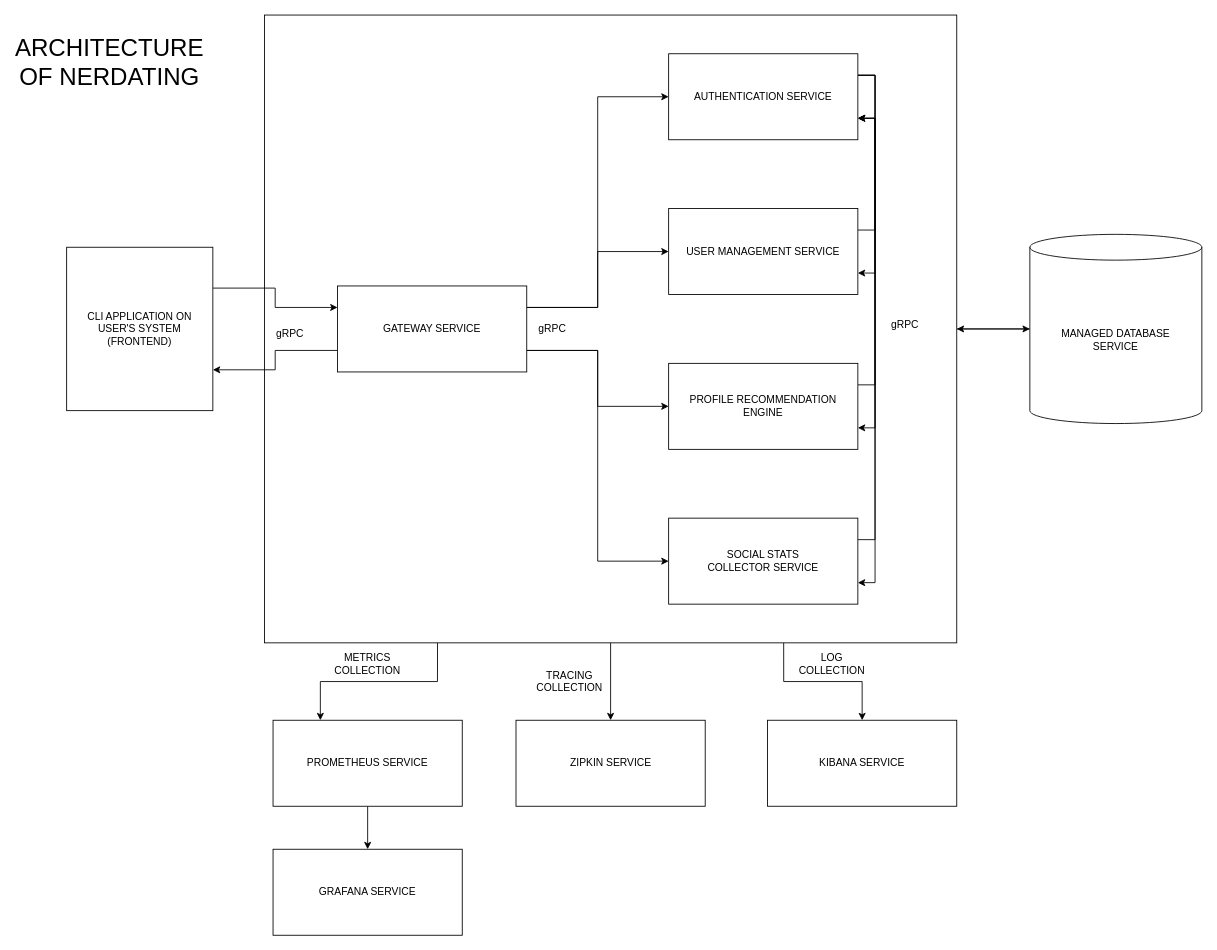
This is design/NerdDatingArchitecture.drawio from panthercorp/nerdate, a draw.io file, before an edit. Source tidied: cells renumbered, new cells numbered last; positions are measured from the earlier drawing's top-left corner, leaving out a move shared by most shapes. Both pictures are drawn from the tidied source at 86%, with x=0, y=0 at pixel (15, 15).
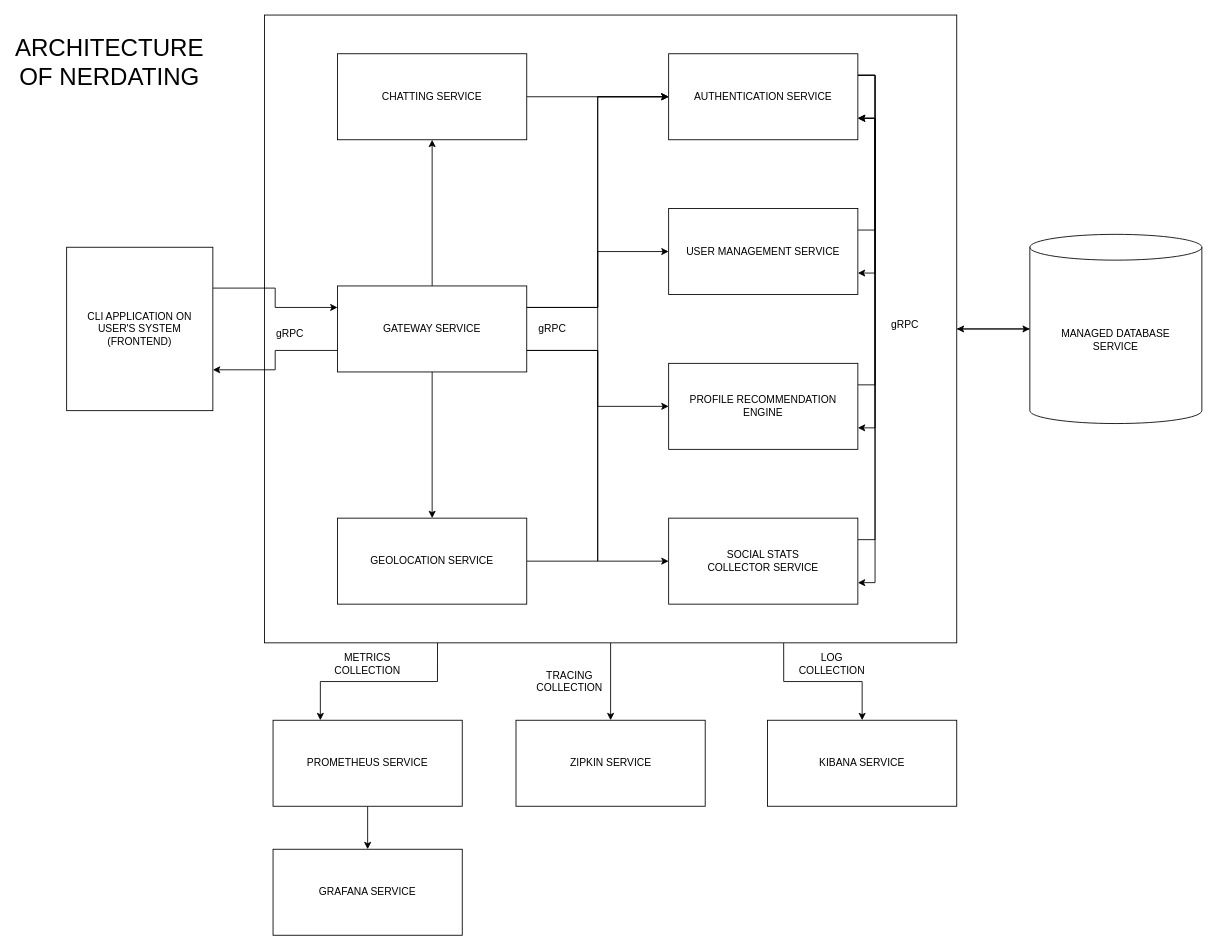
The same diagram, later.

The change refers to these unchanged cells:
```xml
<mxCell id="13" value="AUTHENTICATION SERVICE" style="rounded=0;whiteSpace=wrap;html=1;" parent="1" vertex="1">
  <mxGeometry x="760" y="45" width="220" height="100" as="geometry" />
</mxCell>
<mxCell id="25" value="GATEWAY SERVICE" style="rounded=0;whiteSpace=wrap;html=1;" parent="1" vertex="1">
  <mxGeometry x="375" y="315" width="220" height="100" as="geometry" />
</mxCell>
```

Diff of the diagram source:
```diff
@@
+    <mxCell id="39" style="edgeStyle=orthogonalEdgeStyle;rounded=0;jettySize=auto;html=1;exitX=0.5;exitY=0;exitDx=0;exitDy=0;entryX=0.5;entryY=1;entryDx=0;entryDy=0;fontSize=12;" parent="1" edge="1" source="25" target="42">
+      <mxGeometry relative="1" as="geometry" />
+    </mxCell>
+    <mxCell id="40" style="edgeStyle=orthogonalEdgeStyle;rounded=0;jettySize=auto;html=1;entryX=0.5;entryY=0;entryDx=0;entryDy=0;fontSize=12;" parent="1" edge="1" source="25" target="44">
+      <mxGeometry relative="1" as="geometry" />
+    </mxCell>
@@
+    <mxCell id="41" style="edgeStyle=orthogonalEdgeStyle;rounded=0;jettySize=auto;html=1;entryX=0;entryY=0.5;entryDx=0;entryDy=0;fontSize=12;" parent="1" edge="1" source="42" target="13">
+      <mxGeometry relative="1" as="geometry" />
+    </mxCell>
+    <mxCell id="42" value="CHATTING SERVICE" style="rounded=0;whiteSpace=wrap;html=1;" parent="1" vertex="1">
+      <mxGeometry x="375" y="45" width="220" height="100" as="geometry" />
+    </mxCell>
+    <mxCell id="43" style="edgeStyle=orthogonalEdgeStyle;rounded=0;jettySize=auto;html=1;entryX=0;entryY=0.5;entryDx=0;entryDy=0;fontSize=12;" parent="1" edge="1" source="44" target="13">
+      <mxGeometry relative="1" as="geometry" />
+    </mxCell>
+    <mxCell id="44" value="GEOLOCATION SERVICE" style="rounded=0;whiteSpace=wrap;html=1;" parent="1" vertex="1">
+      <mxGeometry x="375" y="585" width="220" height="100" as="geometry" />
+    </mxCell>
```
